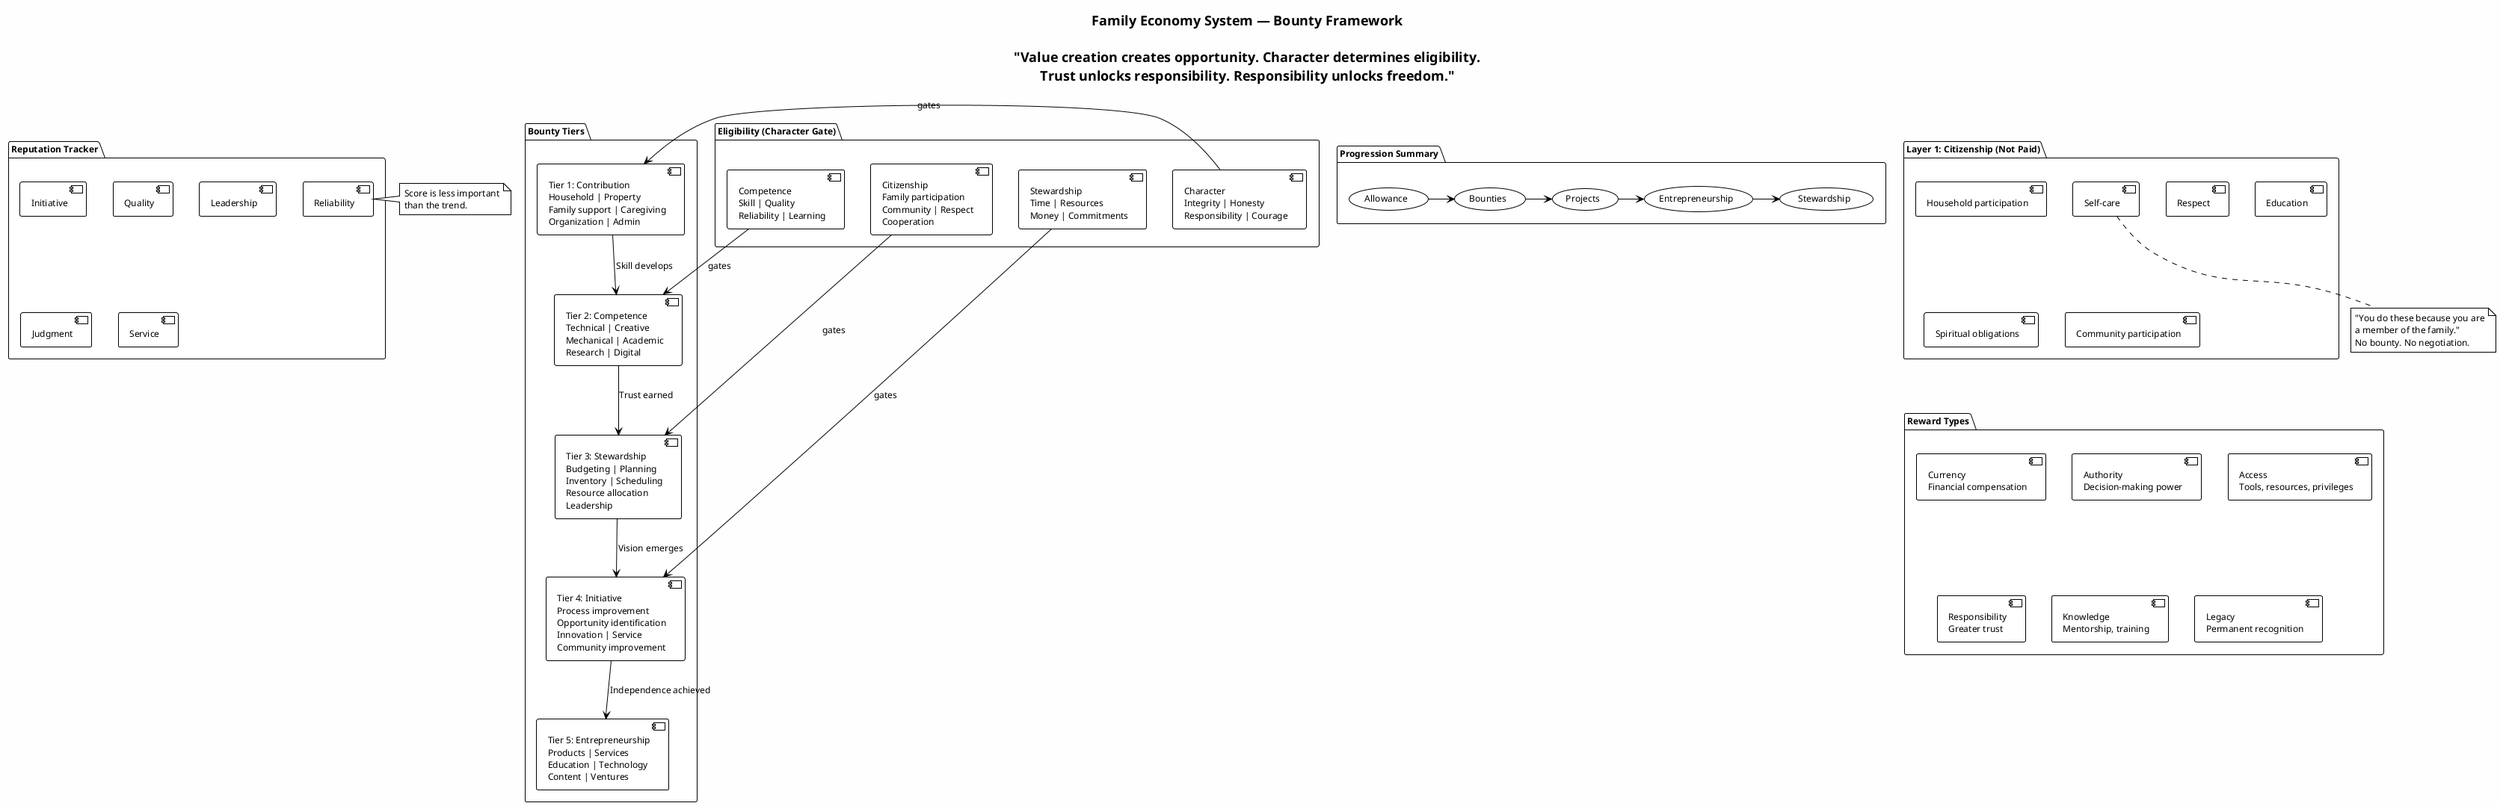
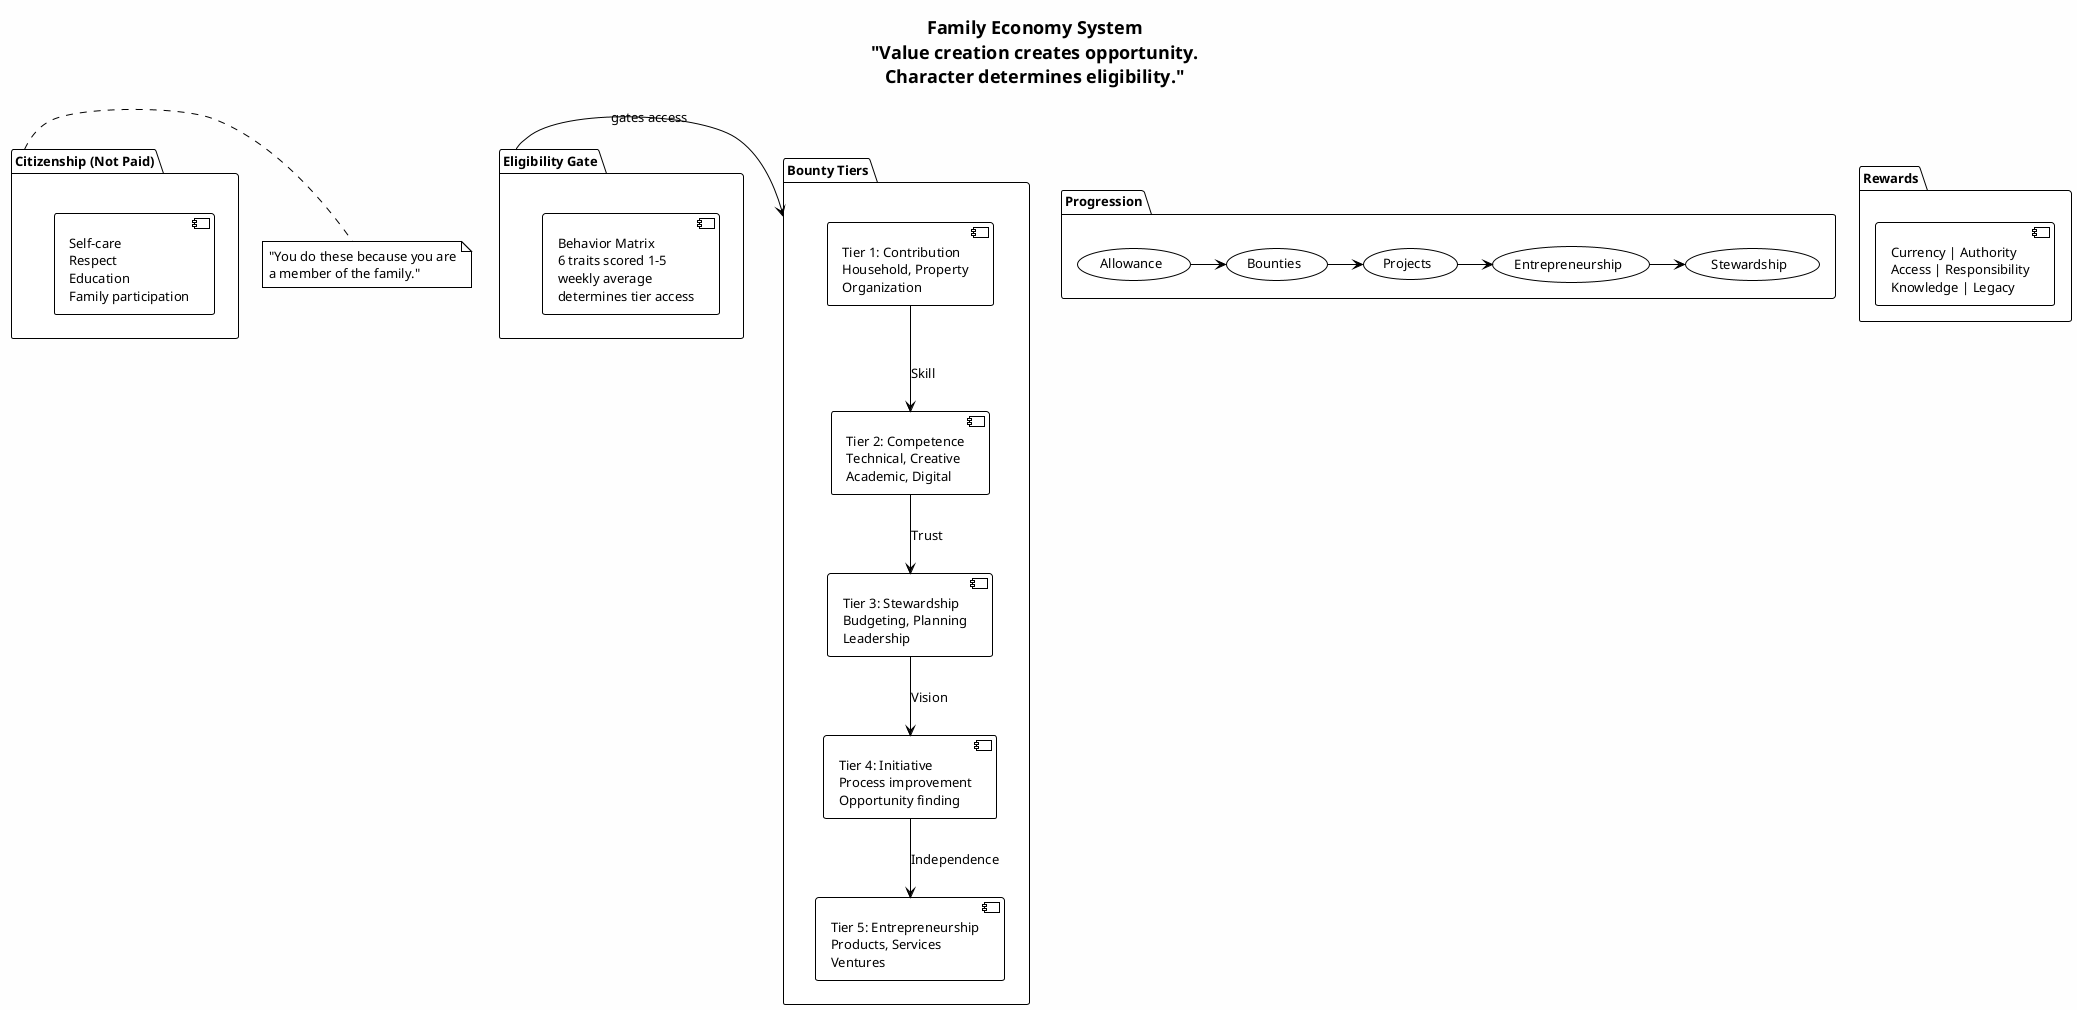
@startuml family_economy
!theme plain
skinparam backgroundColor #FEFEFE
- skinparam defaultFontSize 12
+ skinparam defaultFontSize 13
skinparam titleFontSize 18

- title Family Economy System — Bounty Framework\n\n"Value creation creates opportunity. Character determines eligibility.\nTrust unlocks responsibility. Responsibility unlocks freedom."
+ title Family Economy System\n"Value creation creates opportunity.\nCharacter determines eligibility."

- package "Layer 1: Citizenship (Not Paid)" {
-   [Self-care] as cit1
-   [Household participation] as cit2
-   [Respect] as cit3
-   [Education] as cit4
-   [Spiritual obligations] as cit5
-   [Community participation] as cit6
+ package "Citizenship (Not Paid)" as cit {
+   [Self-care\nRespect\nEducation\nFamily participation]
}

- note bottom of cit1
+ note right of cit
  "You do these because you are
  a member of the family."
-   No bounty. No negotiation.
end note

- package "Bounty Tiers" {
-   [Tier 1: Contribution\nHousehold | Property\nFamily support | Caregiving\nOrganization | Admin] as b1
+ package "Bounty Tiers" as tiers {
+   [Tier 1: Contribution\nHousehold, Property\nOrganization] as t1
+   [Tier 2: Competence\nTechnical, Creative\nAcademic, Digital] as t2
+   [Tier 3: Stewardship\nBudgeting, Planning\nLeadership] as t3
+   [Tier 4: Initiative\nProcess improvement\nOpportunity finding] as t4
+   [Tier 5: Entrepreneurship\nProducts, Services\nVentures] as t5

-   [Tier 2: Competence\nTechnical | Creative\nMechanical | Academic\nResearch | Digital] as b2
- 
-   [Tier 3: Stewardship\nBudgeting | Planning\nInventory | Scheduling\nResource allocation\nLeadership] as b3
- 
-   [Tier 4: Initiative\nProcess improvement\nOpportunity identification\nInnovation | Service\nCommunity improvement] as b4
- 
-   [Tier 5: Entrepreneurship\nProducts | Services\nEducation | Technology\nContent | Ventures] as b5
- 
-   b1 -down-> b2 : Skill develops
-   b2 -down-> b3 : Trust earned
-   b3 -down-> b4 : Vision emerges
-   b4 -down-> b5 : Independence achieved
+   t1 -down-> t2 : Skill
+   t2 -down-> t3 : Trust
+   t3 -down-> t4 : Vision
+   t4 -down-> t5 : Independence
}

- package "Eligibility (Character Gate)" {
-   [Character\nIntegrity | Honesty\nResponsibility | Courage] as elig1
-   [Competence\nSkill | Quality\nReliability | Learning] as elig2
-   [Citizenship\nFamily participation\nCommunity | Respect\nCooperation] as elig3
-   [Stewardship\nTime | Resources\nMoney | Commitments] as elig4
+ package "Eligibility Gate" as gate {
+   [Behavior Matrix\n6 traits scored 1–5\nweekly average\ndetermines tier access]
}

- package "Reputation Tracker" {
-   [Reliability] as rep1
-   [Initiative] as rep2
-   [Quality] as rep3
-   [Leadership] as rep4
-   [Judgment] as rep5
-   [Service] as rep6
+ package "Rewards" as rewards {
+   [Currency | Authority\nAccess | Responsibility\nKnowledge | Legacy]
}

- note right of rep1
-   Score is less important
-   than the trend.
- end note
+ gate -right-> tiers : gates access

- package "Reward Types" {
-   [Currency\nFinancial compensation] as rew1
-   [Authority\nDecision-making power] as rew2
-   [Access\nTools, resources, privileges] as rew3
-   [Responsibility\nGreater trust] as rew4
-   [Knowledge\nMentorship, training] as rew5
-   [Legacy\nPermanent recognition] as rew6
- }
- 
- ' Connections
- elig1 -right-> b1 : gates
- elig2 -right-> b2 : gates
- elig3 -right-> b3 : gates
- elig4 -right-> b4 : gates
- 
- package "Progression Summary" {
+ package "Progression" as prog {
  (Allowance) -right-> (Bounties)
  (Bounties) -right-> (Projects)
  (Projects) -right-> (Entrepreneurship)
  (Entrepreneurship) -right-> (Stewardship)
}

@enduml
